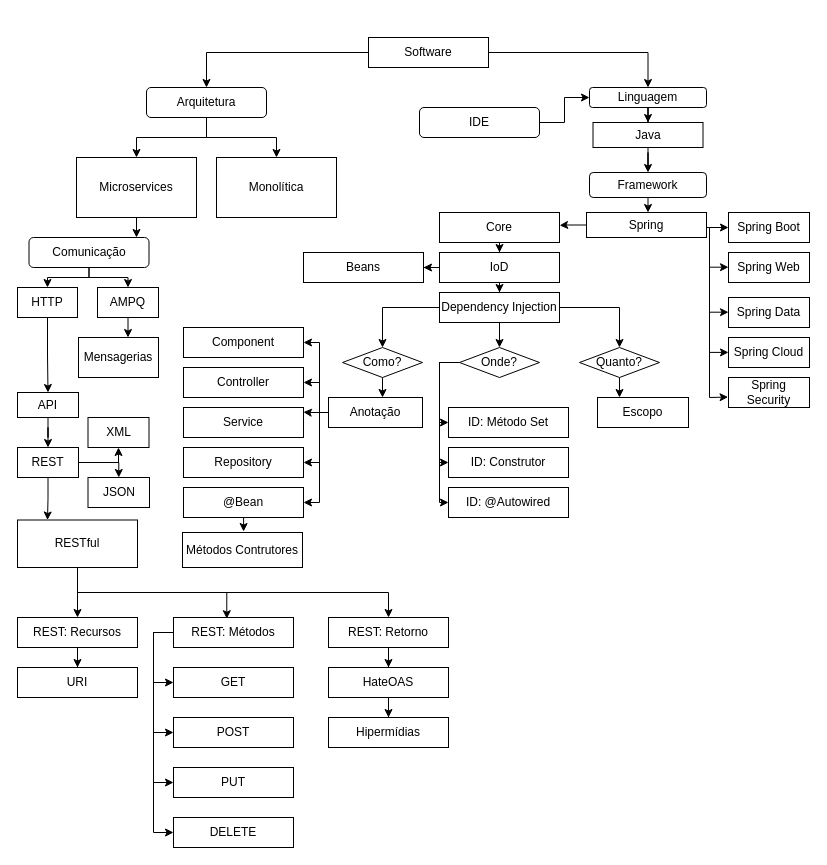
Above: Microservice.drawio in C-algaro/Diagramas-UML (draw.io), before the change. Source tidied: cells renumbered, new cells numbered last; positions are measured from the earlier drawing's top-left corner, leaving out a move shared by most shapes. Both pictures are drawn from the tidied source at 100%, with x=0, y=0 at pixel (17, 37).
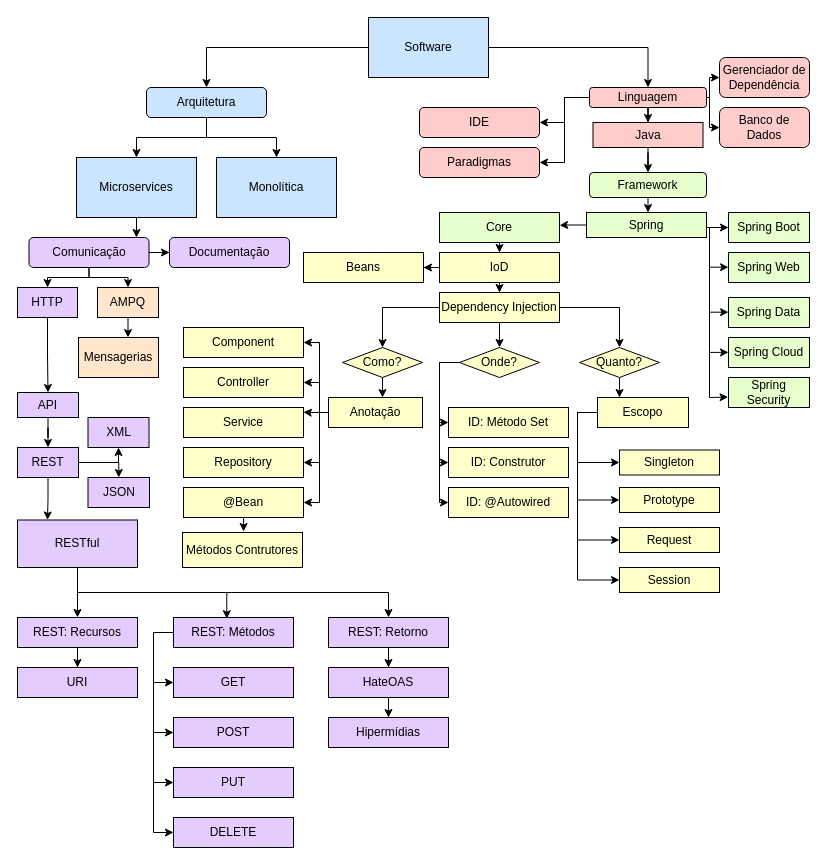
The same page after the edit.

Diff of the diagram source:
```diff
@@
-    <mxCell id="3" value="Microservices" style="rounded=0;whiteSpace=wrap;html=1;" parent="1" vertex="1">
+    <mxCell id="3" value="Microservices" style="rounded=0;whiteSpace=wrap;html=1;fillColor=#CCE5FF;" parent="1" vertex="1">
       <mxGeometry x="59" y="120" width="120" height="60" as="geometry" />
     </mxCell>
-    <mxCell id="4" value="JSON" style="rounded=0;whiteSpace=wrap;html=1;" parent="1" vertex="1">
+    <mxCell id="4" value="JSON" style="rounded=0;whiteSpace=wrap;html=1;fillColor=#E5CCFF;" parent="1" vertex="1">
       <mxGeometry x="70.5" y="440" width="61.5" height="30" as="geometry" />
     </mxCell>
@@
-    <mxCell id="6" value="API" style="rounded=0;whiteSpace=wrap;html=1;" parent="1" vertex="1">
+    <mxCell id="6" value="API" style="rounded=0;whiteSpace=wrap;html=1;fillColor=#E5CCFF;" parent="1" vertex="1">
       <mxGeometry y="355" width="61" height="25" as="geometry" />
     </mxCell>
@@
-    <mxCell id="10" value="REST" style="rounded=0;whiteSpace=wrap;html=1;" parent="1" vertex="1">
+    <mxCell id="10" value="REST" style="rounded=0;whiteSpace=wrap;html=1;fillColor=#E5CCFF;" parent="1" vertex="1">
       <mxGeometry y="410" width="61" height="30" as="geometry" />
     </mxCell>
@@
-    <mxCell id="12" value="Spring" style="rounded=0;whiteSpace=wrap;html=1;" parent="1" vertex="1">
+    <mxCell id="12" value="Spring" style="rounded=0;whiteSpace=wrap;html=1;fillColor=#E6FFCC;" parent="1" vertex="1">
       <mxGeometry x="569" y="175" width="120" height="25" as="geometry" />
     </mxCell>
@@
-    <mxCell id="15" value="Core" style="rounded=0;whiteSpace=wrap;html=1;" parent="1" vertex="1">
+    <mxCell id="15" value="Core" style="rounded=0;whiteSpace=wrap;html=1;fillColor=#E6FFCC;" parent="1" vertex="1">
       <mxGeometry x="422" y="175" width="120" height="30" as="geometry" />
     </mxCell>
-    <mxCell id="16" value="XML" style="rounded=0;whiteSpace=wrap;html=1;" parent="1" vertex="1">
+    <mxCell id="16" value="XML" style="rounded=0;whiteSpace=wrap;html=1;fillColor=#E5CCFF;" parent="1" vertex="1">
       <mxGeometry x="70.5" y="380" width="61" height="30" as="geometry" />
     </mxCell>
@@
-    <mxCell id="22" value="Anotação" style="rounded=0;whiteSpace=wrap;html=1;" parent="1" vertex="1">
+    <mxCell id="22" value="Anotação" style="rounded=0;whiteSpace=wrap;html=1;fillColor=#FFFFCC;" parent="1" vertex="1">
       <mxGeometry x="311" y="360" width="94" height="30" as="geometry" />
     </mxCell>
-    <mxCell id="23" value="Component" style="rounded=0;whiteSpace=wrap;html=1;" parent="1" vertex="1">
+    <mxCell id="23" value="Component" style="rounded=0;whiteSpace=wrap;html=1;fillColor=#FFFFCC;" parent="1" vertex="1">
       <mxGeometry x="166" y="290" width="120" height="30" as="geometry" />
     </mxCell>
-    <mxCell id="24" value="Repository" style="rounded=0;whiteSpace=wrap;html=1;" parent="1" vertex="1">
+    <mxCell id="24" value="Repository" style="rounded=0;whiteSpace=wrap;html=1;fillColor=#FFFFCC;" parent="1" vertex="1">
       <mxGeometry x="166" y="410" width="120" height="30" as="geometry" />
     </mxCell>
-    <mxCell id="25" value="Service" style="rounded=0;whiteSpace=wrap;html=1;" parent="1" vertex="1">
+    <mxCell id="25" value="Service" style="rounded=0;whiteSpace=wrap;html=1;fillColor=#FFFFCC;" parent="1" vertex="1">
       <mxGeometry x="166" y="370" width="120" height="30" as="geometry" />
     </mxCell>
@@
-    <mxCell id="27" value="@Bean" style="rounded=0;whiteSpace=wrap;html=1;" parent="1" vertex="1">
+    <mxCell id="27" value="@Bean" style="rounded=0;whiteSpace=wrap;html=1;fillColor=#FFFFCC;" parent="1" vertex="1">
       <mxGeometry x="166" y="450" width="120" height="30" as="geometry" />
     </mxCell>
-    <mxCell id="28" value="ID: Construtor" style="rounded=0;whiteSpace=wrap;html=1;" parent="1" vertex="1">
+    <mxCell id="28" value="ID: Construtor" style="rounded=0;whiteSpace=wrap;html=1;fillColor=#FFFFCC;" parent="1" vertex="1">
       <mxGeometry x="431" y="410" width="120" height="30" as="geometry" />
     </mxCell>
-    <mxCell id="29" value="ID: @Autowired" style="rounded=0;whiteSpace=wrap;html=1;" parent="1" vertex="1">
+    <mxCell id="29" value="ID: @Autowired" style="rounded=0;whiteSpace=wrap;html=1;fillColor=#FFFFCC;" parent="1" vertex="1">
       <mxGeometry x="431" y="450" width="120" height="30" as="geometry" />
     </mxCell>
+    <mxCell id="105" style="edgeStyle=orthogonalEdgeStyle;rounded=0;jettySize=auto;html=1;entryX=0;entryY=0.5;entryDx=0;entryDy=0;exitX=0;exitY=0.5;exitDx=0;exitDy=0;" parent="1" edge="1" source="30" target="114">
+      <mxGeometry relative="1" as="geometry" />
+    </mxCell>
+    <mxCell id="106" style="edgeStyle=orthogonalEdgeStyle;rounded=0;jettySize=auto;html=1;entryX=0;entryY=0.5;entryDx=0;entryDy=0;exitX=0;exitY=0.5;exitDx=0;exitDy=0;" parent="1" edge="1" source="30" target="115">
+      <mxGeometry relative="1" as="geometry" />
+    </mxCell>
+    <mxCell id="107" style="edgeStyle=orthogonalEdgeStyle;rounded=0;jettySize=auto;html=1;entryX=0;entryY=0.5;entryDx=0;entryDy=0;exitX=0;exitY=0.5;exitDx=0;exitDy=0;" parent="1" edge="1" source="30" target="116">
+      <mxGeometry relative="1" as="geometry" />
+    </mxCell>
+    <mxCell id="108" style="edgeStyle=orthogonalEdgeStyle;rounded=0;jettySize=auto;html=1;entryX=0;entryY=0.5;entryDx=0;entryDy=0;exitX=0;exitY=0.5;exitDx=0;exitDy=0;" parent="1" edge="1" source="30" target="117">
+      <mxGeometry relative="1" as="geometry" />
+    </mxCell>
-    <mxCell id="30" value="Escopo" style="rounded=0;whiteSpace=wrap;html=1;" parent="1" vertex="1">
+    <mxCell id="30" value="Escopo" style="rounded=0;whiteSpace=wrap;html=1;fillColor=#FFFFCC;" parent="1" vertex="1">
       <mxGeometry x="580" y="360" width="91" height="30" as="geometry" />
     </mxCell>
-    <mxCell id="31" value="Spring Boot" style="rounded=0;whiteSpace=wrap;html=1;" parent="1" vertex="1">
+    <mxCell id="31" value="Spring Boot" style="rounded=0;whiteSpace=wrap;html=1;fillColor=#E6FFCC;" parent="1" vertex="1">
       <mxGeometry x="711" y="175" width="81" height="30" as="geometry" />
     </mxCell>
-    <mxCell id="32" value="Controller" style="rounded=0;whiteSpace=wrap;html=1;" parent="1" vertex="1">
+    <mxCell id="32" value="Controller" style="rounded=0;whiteSpace=wrap;html=1;fillColor=#FFFFCC;" parent="1" vertex="1">
       <mxGeometry x="166" y="330" width="120" height="30" as="geometry" />
     </mxCell>
@@
-    <mxCell id="36" value="RESTful" style="rounded=0;whiteSpace=wrap;html=1;" parent="1" vertex="1">
+    <mxCell id="36" value="RESTful" style="rounded=0;whiteSpace=wrap;html=1;fillColor=#E5CCFF;" parent="1" vertex="1">
       <mxGeometry y="482.5" width="120" height="47.5" as="geometry" />
     </mxCell>
@@
-    <mxCell id="38" value="REST: Recursos" style="rounded=0;whiteSpace=wrap;html=1;" parent="1" vertex="1">
+    <mxCell id="38" value="REST: Recursos" style="rounded=0;whiteSpace=wrap;html=1;fillColor=#E5CCFF;" parent="1" vertex="1">
       <mxGeometry y="580" width="120" height="30" as="geometry" />
     </mxCell>
@@
-    <mxCell id="43" value="REST: Métodos" style="rounded=0;whiteSpace=wrap;html=1;" parent="1" vertex="1">
+    <mxCell id="43" value="REST: Métodos" style="rounded=0;whiteSpace=wrap;html=1;fillColor=#E5CCFF;" parent="1" vertex="1">
       <mxGeometry x="156" y="580" width="120" height="30" as="geometry" />
     </mxCell>
@@
-    <mxCell id="45" value="REST: Retorno" style="rounded=0;whiteSpace=wrap;html=1;" parent="1" vertex="1">
+    <mxCell id="45" value="REST: Retorno" style="rounded=0;whiteSpace=wrap;html=1;fillColor=#E5CCFF;" parent="1" vertex="1">
       <mxGeometry x="311" y="580" width="120" height="30" as="geometry" />
     </mxCell>
@@
-    <mxCell id="47" value="HTTP" style="rounded=0;whiteSpace=wrap;html=1;" parent="1" vertex="1">
+    <mxCell id="47" value="HTTP" style="rounded=0;whiteSpace=wrap;html=1;fillColor=#E5CCFF;" parent="1" vertex="1">
       <mxGeometry y="250" width="60" height="30" as="geometry" />
     </mxCell>
-    <mxCell id="48" value="Mensagerias" style="rounded=0;whiteSpace=wrap;html=1;" parent="1" vertex="1">
+    <mxCell id="48" value="Mensagerias" style="rounded=0;whiteSpace=wrap;html=1;fillColor=#FFE6CC;" parent="1" vertex="1">
       <mxGeometry x="61" y="300" width="80" height="40" as="geometry" />
     </mxCell>
@@
-    <mxCell id="50" value="AMPQ" style="rounded=0;whiteSpace=wrap;html=1;" parent="1" vertex="1">
+    <mxCell id="50" value="AMPQ" style="rounded=0;whiteSpace=wrap;html=1;fillColor=#FFE6CC;" parent="1" vertex="1">
       <mxGeometry x="80" y="250" width="61" height="30" as="geometry" />
     </mxCell>
-    <mxCell id="51" value="Spring Data" style="rounded=0;whiteSpace=wrap;html=1;" parent="1" vertex="1">
+    <mxCell id="51" value="Spring Data" style="rounded=0;whiteSpace=wrap;html=1;fillColor=#E6FFCC;" parent="1" vertex="1">
       <mxGeometry x="711" y="260" width="81" height="30" as="geometry" />
     </mxCell>
-    <mxCell id="52" value="Spring Cloud" style="rounded=0;whiteSpace=wrap;html=1;" parent="1" vertex="1">
+    <mxCell id="52" value="Spring Cloud" style="rounded=0;whiteSpace=wrap;html=1;fillColor=#E6FFCC;" parent="1" vertex="1">
       <mxGeometry x="711" y="300" width="81" height="30" as="geometry" />
     </mxCell>
-    <mxCell id="53" value="Spring Web" style="rounded=0;whiteSpace=wrap;html=1;" parent="1" vertex="1">
+    <mxCell id="53" value="Spring Web" style="rounded=0;whiteSpace=wrap;html=1;fillColor=#E6FFCC;" parent="1" vertex="1">
       <mxGeometry x="711" y="215" width="81" height="30" as="geometry" />
     </mxCell>
-    <mxCell id="54" value="Spring Security" style="rounded=0;whiteSpace=wrap;html=1;" parent="1" vertex="1">
+    <mxCell id="54" value="Spring Security" style="rounded=0;whiteSpace=wrap;html=1;fillColor=#E6FFCC;" parent="1" vertex="1">
       <mxGeometry x="711" y="340" width="81" height="30" as="geometry" />
     </mxCell>
@@
-    <mxCell id="56" value="HateOAS" style="rounded=0;whiteSpace=wrap;html=1;" parent="1" vertex="1">
+    <mxCell id="56" value="HateOAS" style="rounded=0;whiteSpace=wrap;html=1;fillColor=#E5CCFF;" parent="1" vertex="1">
       <mxGeometry x="311" y="630" width="120" height="30" as="geometry" />
     </mxCell>
-    <mxCell id="57" value="GET" style="rounded=0;whiteSpace=wrap;html=1;" parent="1" vertex="1">
+    <mxCell id="57" value="GET" style="rounded=0;whiteSpace=wrap;html=1;fillColor=#E5CCFF;" parent="1" vertex="1">
       <mxGeometry x="156" y="630" width="120" height="30" as="geometry" />
     </mxCell>
-    <mxCell id="58" value="POST" style="rounded=0;whiteSpace=wrap;html=1;" parent="1" vertex="1">
+    <mxCell id="58" value="POST" style="rounded=0;whiteSpace=wrap;html=1;fillColor=#E5CCFF;" parent="1" vertex="1">
       <mxGeometry x="156" y="680" width="120" height="30" as="geometry" />
     </mxCell>
-    <mxCell id="59" value="PUT" style="rounded=0;whiteSpace=wrap;html=1;" parent="1" vertex="1">
+    <mxCell id="59" value="PUT" style="rounded=0;whiteSpace=wrap;html=1;fillColor=#E5CCFF;" parent="1" vertex="1">
       <mxGeometry x="156" y="730" width="120" height="30" as="geometry" />
     </mxCell>
-    <mxCell id="60" value="DELETE" style="rounded=0;whiteSpace=wrap;html=1;" parent="1" vertex="1">
+    <mxCell id="60" value="DELETE" style="rounded=0;whiteSpace=wrap;html=1;fillColor=#E5CCFF;" parent="1" vertex="1">
       <mxGeometry x="156" y="780" width="120" height="30" as="geometry" />
     </mxCell>
-    <mxCell id="61" value="URI" style="rounded=0;whiteSpace=wrap;html=1;" parent="1" vertex="1">
+    <mxCell id="61" value="URI" style="rounded=0;whiteSpace=wrap;html=1;fillColor=#E5CCFF;" parent="1" vertex="1">
       <mxGeometry y="630" width="120" height="30" as="geometry" />
     </mxCell>
-    <mxCell id="62" value="Hipermídias" style="rounded=0;whiteSpace=wrap;html=1;" parent="1" vertex="1">
+    <mxCell id="62" value="Hipermídias" style="rounded=0;whiteSpace=wrap;html=1;fillColor=#E5CCFF;" parent="1" vertex="1">
       <mxGeometry x="311" y="680" width="120" height="30" as="geometry" />
     </mxCell>
@@
-    <mxCell id="65" value="Software" style="rounded=0;whiteSpace=wrap;html=1;" parent="1" vertex="1">
-      <mxGeometry x="351" width="120" height="30" as="geometry" />
+    <mxCell id="65" value="Software" style="rounded=0;whiteSpace=wrap;html=1;fillColor=#CCE5FF;" parent="1" vertex="1">
+      <mxGeometry x="351" y="-20" width="120" height="60" as="geometry" />
     </mxCell>
@@
-    <mxCell id="68" value="Arquitetura" style="rounded=1;whiteSpace=wrap;html=1;" parent="1" vertex="1">
+    <mxCell id="68" value="Arquitetura" style="rounded=1;whiteSpace=wrap;html=1;fillColor=#CCE5FF;" parent="1" vertex="1">
       <mxGeometry x="129" y="50" width="120" height="30" as="geometry" />
     </mxCell>
-    <mxCell id="69" value="Monolítica" style="rounded=0;whiteSpace=wrap;html=1;" parent="1" vertex="1">
+    <mxCell id="69" value="Monolítica" style="rounded=0;whiteSpace=wrap;html=1;fillColor=#CCE5FF;" parent="1" vertex="1">
       <mxGeometry x="199" y="120" width="120" height="60" as="geometry" />
     </mxCell>
@@
+    <mxCell id="109" style="edgeStyle=orthogonalEdgeStyle;rounded=0;jettySize=auto;html=1;entryX=1;entryY=0.5;entryDx=0;entryDy=0;" parent="1" edge="1" source="71" target="86">
+      <mxGeometry relative="1" as="geometry" />
+    </mxCell>
+    <mxCell id="110" style="edgeStyle=orthogonalEdgeStyle;rounded=0;jettySize=auto;html=1;entryX=0;entryY=0.5;entryDx=0;entryDy=0;" parent="1" edge="1" source="71" target="118">
+      <mxGeometry relative="1" as="geometry">
+        <Array as="points">
+          <mxPoint x="692" y="60" />
+          <mxPoint x="692" y="40" />
+        </Array>
+      </mxGeometry>
+    </mxCell>
+    <mxCell id="111" style="edgeStyle=orthogonalEdgeStyle;rounded=0;jettySize=auto;html=1;entryX=0;entryY=0.5;entryDx=0;entryDy=0;" parent="1" edge="1" source="71" target="119">
+      <mxGeometry relative="1" as="geometry">
+        <Array as="points">
+          <mxPoint x="692" y="60" />
+          <mxPoint x="692" y="90" />
+        </Array>
+      </mxGeometry>
+    </mxCell>
+    <mxCell id="112" style="edgeStyle=orthogonalEdgeStyle;rounded=0;jettySize=auto;html=1;entryX=1;entryY=0.5;entryDx=0;entryDy=0;" parent="1" edge="1" source="71" target="121">
+      <mxGeometry relative="1" as="geometry" />
+    </mxCell>
-    <mxCell id="71" value="Linguagem" style="rounded=1;whiteSpace=wrap;html=1;" parent="1" vertex="1">
+    <mxCell id="71" value="Linguagem" style="rounded=1;whiteSpace=wrap;html=1;fillColor=#FFCCCC;" parent="1" vertex="1">
       <mxGeometry x="572" y="50" width="117" height="20" as="geometry" />
     </mxCell>
@@
-    <mxCell id="73" value="Framework" style="rounded=1;whiteSpace=wrap;html=1;" parent="1" vertex="1">
+    <mxCell id="73" value="Framework" style="rounded=1;whiteSpace=wrap;html=1;fillColor=#E6FFCC;" parent="1" vertex="1">
       <mxGeometry x="572" y="135" width="117" height="25" as="geometry" />
     </mxCell>
@@
-    <mxCell id="75" value="Como?" style="rhombus;whiteSpace=wrap;html=1;" parent="1" vertex="1">
+    <mxCell id="75" value="Como?" style="rhombus;whiteSpace=wrap;html=1;fillColor=#FFFFCC;" parent="1" vertex="1">
       <mxGeometry x="325" y="310" width="80" height="30" as="geometry" />
     </mxCell>
@@
-    <mxCell id="79" value="Onde?" style="rhombus;whiteSpace=wrap;html=1;" parent="1" vertex="1">
+    <mxCell id="79" value="Onde?" style="rhombus;whiteSpace=wrap;html=1;fillColor=#FFFFCC;" parent="1" vertex="1">
       <mxGeometry x="442" y="310" width="80" height="30" as="geometry" />
     </mxCell>
@@
-    <mxCell id="81" value="Quanto?" style="rhombus;whiteSpace=wrap;html=1;" parent="1" vertex="1">
+    <mxCell id="81" value="Quanto?" style="rhombus;whiteSpace=wrap;html=1;fillColor=#FFFFCC;" parent="1" vertex="1">
       <mxGeometry x="562" y="310" width="80" height="30" as="geometry" />
     </mxCell>
@@
+    <mxCell id="113" style="edgeStyle=orthogonalEdgeStyle;rounded=0;jettySize=auto;html=1;" parent="1" edge="1" source="84" target="120">
+      <mxGeometry relative="1" as="geometry" />
+    </mxCell>
-    <mxCell id="84" value="Comunicação" style="rounded=1;whiteSpace=wrap;html=1;" parent="1" vertex="1">
+    <mxCell id="84" value="Comunicação" style="rounded=1;whiteSpace=wrap;html=1;fillColor=#E5CCFF;" parent="1" vertex="1">
       <mxGeometry x="11.5" y="200" width="120" height="30" as="geometry" />
     </mxCell>
-    <mxCell id="85" style="edgeStyle=orthogonalEdgeStyle;rounded=0;jettySize=auto;html=1;entryX=0;entryY=0.5;entryDx=0;entryDy=0;" parent="1" edge="1" source="86" target="71">
-      <mxGeometry relative="1" as="geometry" />
-    </mxCell>
-    <mxCell id="86" value="IDE" style="rounded=1;whiteSpace=wrap;html=1;" parent="1" vertex="1">
+    <mxCell id="86" value="IDE" style="rounded=1;whiteSpace=wrap;html=1;fillColor=#FFCCCC;" parent="1" vertex="1">
       <mxGeometry x="402" y="70" width="120" height="30" as="geometry" />
     </mxCell>
@@
-    <mxCell id="96" value="IoD" style="rounded=0;whiteSpace=wrap;html=1;" parent="1" vertex="1">
+    <mxCell id="96" value="IoD" style="rounded=0;whiteSpace=wrap;html=1;fillColor=#FFFFCC;" parent="1" vertex="1">
       <mxGeometry x="422" y="215" width="120" height="30" as="geometry" />
     </mxCell>
-    <mxCell id="97" value="Java" style="rounded=0;whiteSpace=wrap;html=1;" parent="1" vertex="1">
+    <mxCell id="97" value="Java" style="rounded=0;whiteSpace=wrap;html=1;fillColor=#FFCCCC;" parent="1" vertex="1">
       <mxGeometry x="575.5" y="85" width="110" height="25" as="geometry" />
     </mxCell>
@@
-    <mxCell id="101" value="Dependency Injection" style="rounded=0;whiteSpace=wrap;html=1;" parent="1" vertex="1">
+    <mxCell id="101" value="Dependency Injection" style="rounded=0;whiteSpace=wrap;html=1;fillColor=#FFFFCC;" parent="1" vertex="1">
       <mxGeometry x="422" y="255" width="120" height="30" as="geometry" />
     </mxCell>
-    <mxCell id="102" value="Beans" style="rounded=0;whiteSpace=wrap;html=1;" parent="1" vertex="1">
+    <mxCell id="102" value="Beans" style="rounded=0;whiteSpace=wrap;html=1;fillColor=#FFFFCC;" parent="1" vertex="1">
       <mxGeometry x="286" y="215" width="120" height="30" as="geometry" />
     </mxCell>
-    <mxCell id="103" value="ID: Método Set" style="rounded=0;whiteSpace=wrap;html=1;" parent="1" vertex="1">
+    <mxCell id="103" value="ID: Método Set" style="rounded=0;whiteSpace=wrap;html=1;fillColor=#FFFFCC;" parent="1" vertex="1">
       <mxGeometry x="431" y="370" width="120" height="30" as="geometry" />
     </mxCell>
-    <mxCell id="104" value="Métodos Contrutores" style="rounded=0;whiteSpace=wrap;html=1;" parent="1" vertex="1">
+    <mxCell id="104" value="Métodos Contrutores" style="rounded=0;whiteSpace=wrap;html=1;fillColor=#FFFFCC;" parent="1" vertex="1">
       <mxGeometry x="165" y="495" width="120" height="35" as="geometry" />
     </mxCell>
+    <mxCell id="114" value="Singleton" style="rounded=0;whiteSpace=wrap;html=1;fillColor=#FFFFCC;" parent="1" vertex="1">
+      <mxGeometry x="602" y="412.5" width="100" height="25" as="geometry" />
+    </mxCell>
+    <mxCell id="115" value="Prototype" style="rounded=0;whiteSpace=wrap;html=1;fillColor=#FFFFCC;" parent="1" vertex="1">
+      <mxGeometry x="602" y="450" width="100" height="25" as="geometry" />
+    </mxCell>
+    <mxCell id="116" value="Request" style="rounded=0;whiteSpace=wrap;html=1;fillColor=#FFFFCC;" parent="1" vertex="1">
+      <mxGeometry x="602" y="490" width="100" height="25" as="geometry" />
+    </mxCell>
+    <mxCell id="117" value="Session" style="rounded=0;whiteSpace=wrap;html=1;fillColor=#FFFFCC;" parent="1" vertex="1">
+      <mxGeometry x="602" y="530" width="100" height="25" as="geometry" />
+    </mxCell>
+    <mxCell id="118" value="Gerenciador de Dependência" style="rounded=1;whiteSpace=wrap;html=1;fillColor=#FFCCCC;" parent="1" vertex="1">
+      <mxGeometry x="702" y="20" width="90" height="40" as="geometry" />
+    </mxCell>
+    <mxCell id="119" value="Banco de Dados" style="rounded=1;whiteSpace=wrap;html=1;fillColor=#FFCCCC;" parent="1" vertex="1">
+      <mxGeometry x="702" y="70" width="90" height="40" as="geometry" />
+    </mxCell>
+    <mxCell id="120" value="Documentação" style="rounded=1;whiteSpace=wrap;html=1;fillColor=#E5CCFF;" parent="1" vertex="1">
+      <mxGeometry x="152" y="200" width="120" height="30" as="geometry" />
+    </mxCell>
+    <mxCell id="121" value="Paradigmas" style="rounded=1;whiteSpace=wrap;html=1;fillColor=#FFCCCC;" parent="1" vertex="1">
+      <mxGeometry x="402" y="110" width="120" height="30" as="geometry" />
+    </mxCell>
```
